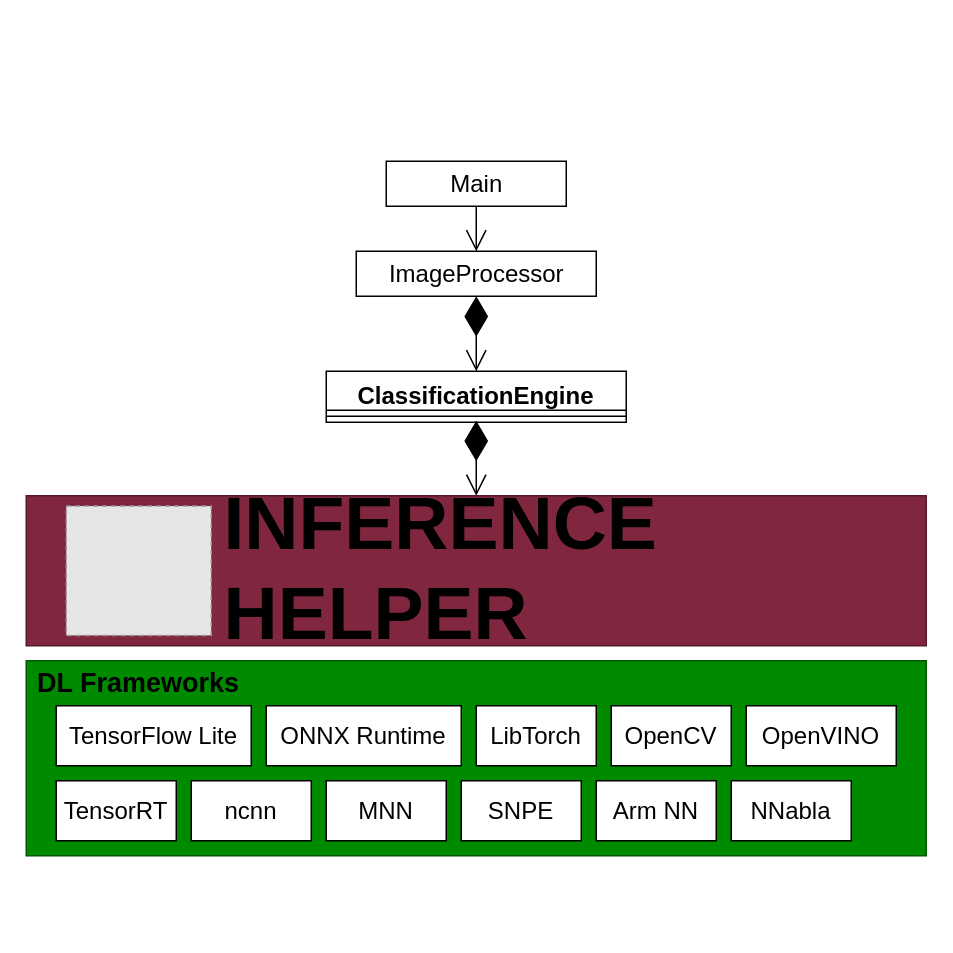
This is 00_doc/class_diagram.drawio from iwatake2222/InferenceHelper_Sample, a draw.io file, before an edit. Source tidied: cells renumbered, new cells numbered last; positions are measured from the earlier drawing's top-left corner, leaving out a move shared by most shapes. Both pictures are drawn from the tidied source at 150%, with x=0, y=0 at pixel (26, 160). Pictures stored in the file or linked from it are replaced by grey dashed boxes.
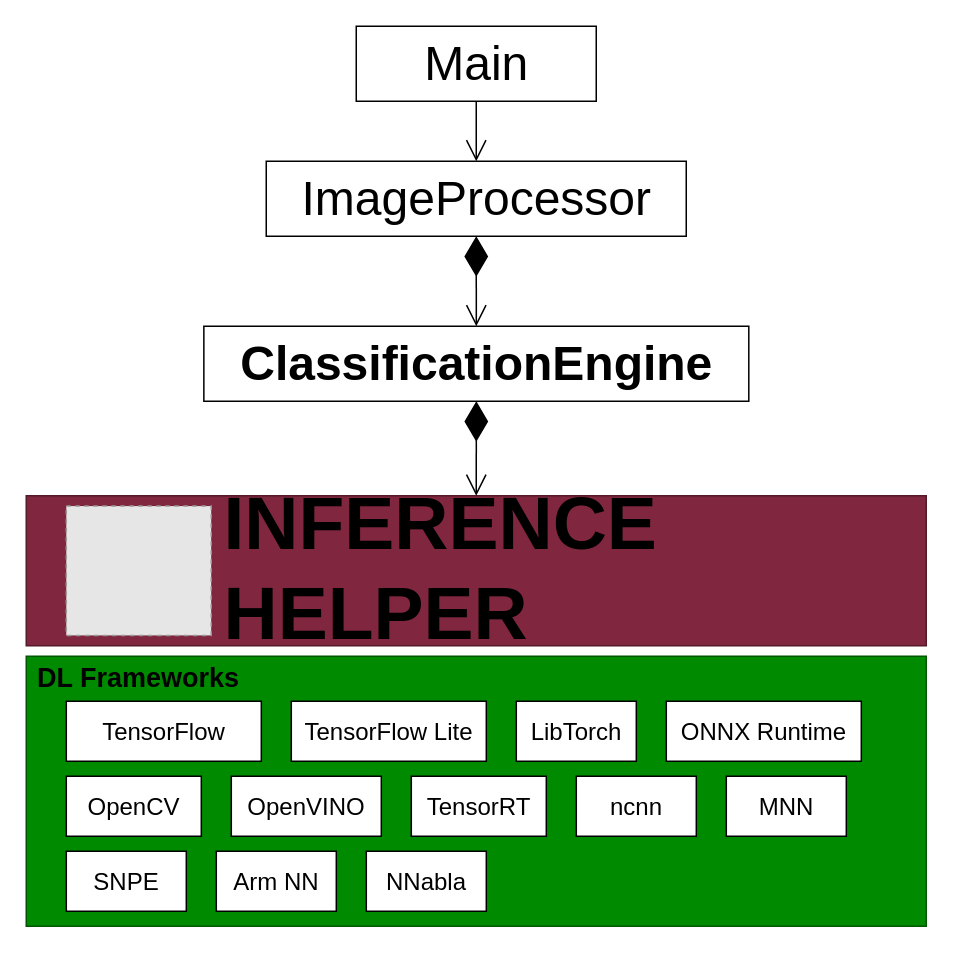
After the change.

Diff of the diagram source:
```diff
@@
-    <mxCell id="2" value="ClassificationEngine" style="swimlane;fontStyle=1;align=center;verticalAlign=top;horizontal=1;startSize=26;fontSize=16;" parent="1" vertex="1">
-      <mxGeometry x="200" y="140" width="200" height="34" as="geometry" />
-    </mxCell>
-    <mxCell id="3" style="line;strokeWidth=1;fillColor=none;align=left;verticalAlign=middle;spacingTop=-1;spacingLeft=3;spacingRight=3;labelPosition=right;points=[];portConstraint=eastwest;fontSize=16;" parent="2" vertex="1">
-      <mxGeometry y="26" width="200" height="8" as="geometry" />
-    </mxCell>
-    <mxCell id="4" value="ImageProcessor" style="html=1;fontSize=16;" parent="1" vertex="1">
-      <mxGeometry x="220" y="60" width="160" height="30" as="geometry" />
+    <mxCell id="4" value="ImageProcessor" style="html=1;fontSize=32;" parent="1" vertex="1">
+      <mxGeometry x="160" width="280" height="50" as="geometry" />
     </mxCell>
-    <mxCell id="5" value="Main" style="html=1;fontSize=16;" parent="1" vertex="1">
-      <mxGeometry x="240" width="120" height="30" as="geometry" />
+    <mxCell id="5" value="Main" style="html=1;fontSize=32;" parent="1" vertex="1">
+      <mxGeometry x="220" y="-90" width="160" height="50" as="geometry" />
     </mxCell>
-    <mxCell id="6" style="endArrow=diamondThin;endFill=1;endSize=24;html=1;exitX=0.5;exitY=0;exitDx=0;exitDy=0;startArrow=open;startFill=0;startSize=12;entryX=0.5;entryY=1;entryDx=0;entryDy=0;fontSize=16;" parent="1" edge="1" source="2" target="4">
+    <mxCell id="6" style="endArrow=diamondThin;endFill=1;endSize=24;html=1;startArrow=open;startFill=0;startSize=12;entryX=0.5;entryY=1;entryDx=0;entryDy=0;fontSize=16;" parent="1" edge="1" source="2" target="4">
       <mxGeometry x="-0.2" y="20" relative="1" as="geometry" />
     </mxCell>
@@
-    <mxCell id="8" style="rounded=0;whiteSpace=wrap;html=1;fillColor=#008a00;fontColor=#ffffff;strokeColor=#005700;fontSize=16;" parent="1" vertex="1">
-      <mxGeometry y="333" width="600" height="130" as="geometry" />
-    </mxCell>
+    <mxCell id="19" style="rounded=0;whiteSpace=wrap;html=1;fillColor=#80273F;fontColor=#ffffff;strokeColor=#541A29;fontStyle=1;fontSize=18;" parent="1" vertex="1">
+      <mxGeometry y="223" width="600" height="100" as="geometry" />
+    </mxCell>
+    <mxCell id="20" style="fillColor=#E6E6E6;strokeColor=#999999;dashed=1;verticalLabelPosition=bottom;labelBackgroundColor=#ffffff;verticalAlign=top;" parent="1" vertex="1">
+      <mxGeometry x="26.7" y="229.9" width="96.6" height="86.2" as="geometry" />
+    </mxCell>
+    <mxCell id="21" value="INFERENCE HELPER" style="text;html=1;strokeColor=none;fillColor=none;align=left;verticalAlign=middle;whiteSpace=wrap;rounded=0;fontStyle=1;fontSize=50;fontFamily=Jura;" parent="1" vertex="1">
+      <mxGeometry x="130" y="246" width="460" height="50" as="geometry" />
+    </mxCell>
+    <mxCell id="24" style="endArrow=diamondThin;endFill=1;endSize=24;html=1;exitX=0.5;exitY=0;exitDx=0;exitDy=0;startArrow=open;startFill=0;startSize=12;fontSize=16;entryX=0.5;entryY=1;entryDx=0;entryDy=0;" parent="1" edge="1" source="19" target="2">
+      <mxGeometry x="-0.2" y="20" relative="1" as="geometry" />
+    </mxCell>
+    <mxCell id="25" style="rounded=0;whiteSpace=wrap;html=1;fillColor=#008a00;fontColor=#ffffff;strokeColor=#005700;fontSize=16;" parent="1" vertex="1">
+      <mxGeometry y="330" width="600" height="180" as="geometry" />
+    </mxCell>
     <mxCell id="9" value="TensorFlow Lite" style="rounded=0;whiteSpace=wrap;html=1;fontSize=16;" parent="1" vertex="1">
-      <mxGeometry x="20" y="363" width="130" height="40" as="geometry" />
+      <mxGeometry x="176.7" y="360" width="130" height="40" as="geometry" />
     </mxCell>
     <mxCell id="10" value="OpenCV" style="rounded=0;whiteSpace=wrap;html=1;fontSize=16;" parent="1" vertex="1">
-      <mxGeometry x="390" y="363" width="80" height="40" as="geometry" />
+      <mxGeometry x="26.7" y="410" width="90" height="40" as="geometry" />
     </mxCell>
     <mxCell id="11" value="OpenVINO" style="rounded=0;whiteSpace=wrap;html=1;fontSize=16;" parent="1" vertex="1">
-      <mxGeometry x="480" y="363" width="100" height="40" as="geometry" />
+      <mxGeometry x="136.7" y="410" width="100" height="40" as="geometry" />
     </mxCell>
     <mxCell id="12" value="ncnn" style="rounded=0;whiteSpace=wrap;html=1;fontSize=16;" parent="1" vertex="1">
-      <mxGeometry x="110" y="413" width="80" height="40" as="geometry" />
+      <mxGeometry x="366.7" y="410" width="80" height="40" as="geometry" />
     </mxCell>
     <mxCell id="13" value="MNN" style="rounded=0;whiteSpace=wrap;html=1;fontSize=16;" parent="1" vertex="1">
-      <mxGeometry x="200" y="413" width="80" height="40" as="geometry" />
+      <mxGeometry x="466.7" y="410" width="80" height="40" as="geometry" />
     </mxCell>
     <mxCell id="14" value="SNPE" style="rounded=0;whiteSpace=wrap;html=1;fontSize=16;" parent="1" vertex="1">
-      <mxGeometry x="290" y="413" width="80" height="40" as="geometry" />
+      <mxGeometry x="26.7" y="460" width="80" height="40" as="geometry" />
     </mxCell>
     <mxCell id="15" value="Arm NN" style="rounded=0;whiteSpace=wrap;html=1;fontSize=16;" parent="1" vertex="1">
-      <mxGeometry x="380" y="413" width="80" height="40" as="geometry" />
+      <mxGeometry x="126.7" y="460" width="80" height="40" as="geometry" />
     </mxCell>
     <mxCell id="16" value="NNabla" style="rounded=0;whiteSpace=wrap;html=1;fontSize=16;" parent="1" vertex="1">
-      <mxGeometry x="470" y="413" width="80" height="40" as="geometry" />
+      <mxGeometry x="226.7" y="460" width="80" height="40" as="geometry" />
     </mxCell>
     <mxCell id="17" value="TensorRT" style="rounded=0;whiteSpace=wrap;html=1;fontSize=16;" parent="1" vertex="1">
-      <mxGeometry x="20" y="413" width="80" height="40" as="geometry" />
+      <mxGeometry x="256.7" y="410" width="90" height="40" as="geometry" />
     </mxCell>
     <mxCell id="18" value="DL Frameworks" style="text;html=1;strokeColor=none;fillColor=none;align=center;verticalAlign=middle;whiteSpace=wrap;rounded=0;fontStyle=1;fontSize=18;" parent="1" vertex="1">
-      <mxGeometry y="333" width="150" height="30" as="geometry" />
+      <mxGeometry y="330" width="150" height="30" as="geometry" />
     </mxCell>
-    <mxCell id="19" style="rounded=0;whiteSpace=wrap;html=1;fillColor=#80273F;fontColor=#ffffff;strokeColor=#541A29;fontStyle=1;fontSize=18;" parent="1" vertex="1">
-      <mxGeometry y="223" width="600" height="100" as="geometry" />
-    </mxCell>
-    <mxCell id="20" style="fillColor=#E6E6E6;strokeColor=#999999;dashed=1;verticalLabelPosition=bottom;labelBackgroundColor=#ffffff;verticalAlign=top;" parent="1" vertex="1">
-      <mxGeometry x="26.7" y="229.9" width="96.6" height="86.2" as="geometry" />
-    </mxCell>
-    <mxCell id="21" value="INFERENCE HELPER" style="text;html=1;strokeColor=none;fillColor=none;align=left;verticalAlign=middle;whiteSpace=wrap;rounded=0;fontStyle=1;fontSize=50;fontFamily=Jura;" parent="1" vertex="1">
-      <mxGeometry x="130" y="246" width="460" height="50" as="geometry" />
-    </mxCell>
     <mxCell id="22" value="LibTorch" style="rounded=0;whiteSpace=wrap;html=1;fontSize=16;" parent="1" vertex="1">
-      <mxGeometry x="300" y="363" width="80" height="40" as="geometry" />
+      <mxGeometry x="326.7" y="360" width="80" height="40" as="geometry" />
     </mxCell>
     <mxCell id="23" value="ONNX Runtime" style="rounded=0;whiteSpace=wrap;html=1;fontSize=16;" parent="1" vertex="1">
-      <mxGeometry x="160" y="363" width="130" height="40" as="geometry" />
+      <mxGeometry x="426.7" y="360" width="130" height="40" as="geometry" />
     </mxCell>
-    <mxCell id="24" style="endArrow=diamondThin;endFill=1;endSize=24;html=1;exitX=0.5;exitY=0;exitDx=0;exitDy=0;startArrow=open;startFill=0;startSize=12;fontSize=16;entryX=0.5;entryY=0.875;entryDx=0;entryDy=0;entryPerimeter=0;" parent="1" edge="1" source="19" target="3">
-      <mxGeometry x="-0.2" y="20" relative="1" as="geometry" />
-    </mxCell>
+    <mxCell id="26" value="TensorFlow" style="rounded=0;whiteSpace=wrap;html=1;fontSize=16;" parent="1" vertex="1">
+      <mxGeometry x="26.7" y="360" width="130" height="40" as="geometry" />
+    </mxCell>
+    <mxCell id="2" value="&lt;span style=&quot;font-weight: 700&quot;&gt;ClassificationEngine&lt;/span&gt;" style="html=1;fontSize=32;" parent="1" vertex="1">
+      <mxGeometry x="118.4" y="110" width="363.3" height="50" as="geometry" />
+    </mxCell>
```
